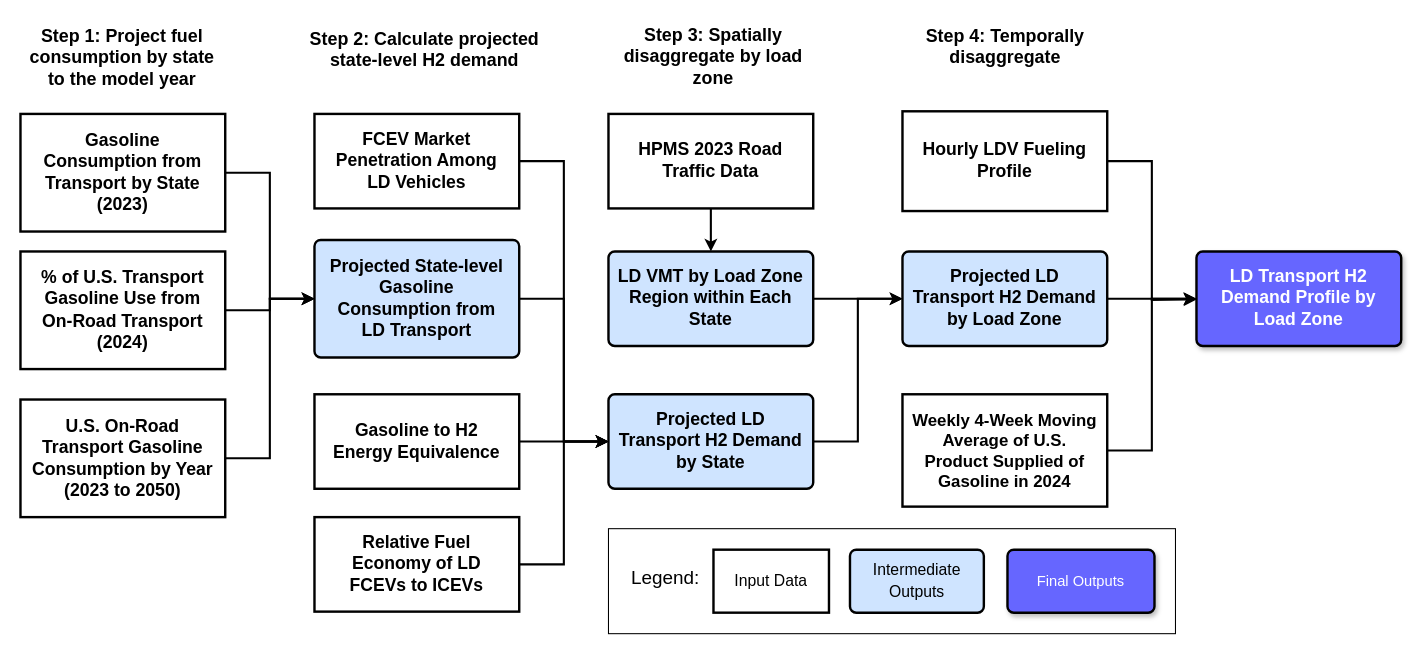
Earlier version of the draw.io diagram transport/ld_transport_methodology.drawio (nkong1/wecc-h2-demand). Source tidied: cells renumbered, new cells numbered last; positions are measured from the earlier drawing's top-left corner, leaving out a move shared by most shapes. Both pictures are drawn from the tidied source at 105%, with x=0, y=0 at pixel (18, 17).
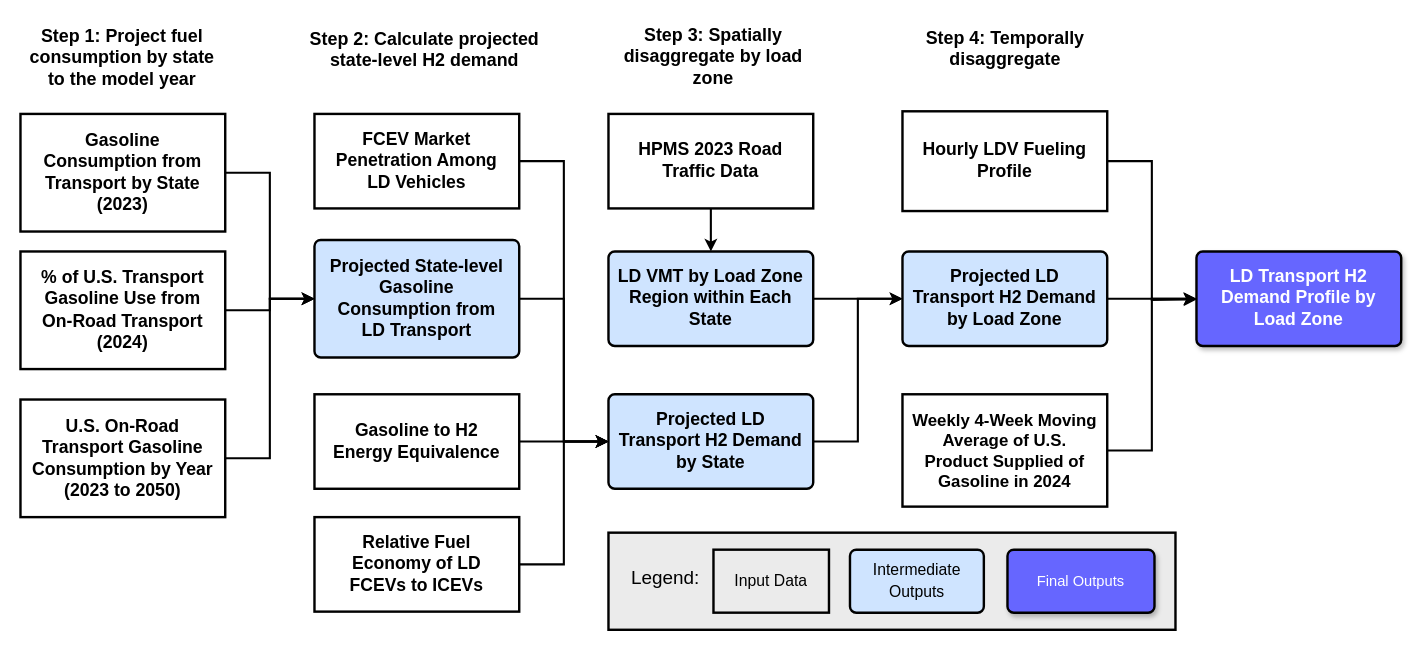
Above is the later version.

Change to the diagram source:
```diff
@@
+    <mxCell id="38" style="html=1;overflow=block;blockSpacing=1;whiteSpace=wrap;fontSize=16.8;fontStyle=1;align=center;spacing=9;strokeOpacity=100;fillOpacity=100;rounded=0;absoluteArcSize=1;arcSize=12;strokeWidth=2.3;lucidId=vB_j5El_Hg4W;fillColor=#EBEBEB;" parent="1" vertex="1">
+      <mxGeometry x="562" y="490.8" width="540" height="92.5" as="geometry" />
+    </mxCell>
@@
-    <mxCell id="23" value="Weekly 4-Week Moving Average of U.S. Product Supplied of Gasoline in 2024" style="html=1;overflow=block;blockSpacing=1;whiteSpace=wrap;fontSize=16;fontStyle=1;align=center;spacing=9;strokeOpacity=100;fillOpacity=100;rounded=0;absoluteArcSize=1;arcSize=12;fillColor=none;strokeWidth=2.3;lucidId=L5OtnDn3VvMG;" parent="1" vertex="1">
+    <mxCell id="23" value="Weekly 4-Week Moving Average of U.S. Product Supplied of Gasoline in 2024" style="html=1;overflow=block;blockSpacing=1;whiteSpace=wrap;fontSize=16;fontStyle=1;align=center;spacing=9;strokeOpacity=100;fillOpacity=100;rounded=0;absoluteArcSize=1;arcSize=12;fillColor=default;strokeWidth=2.3;lucidId=L5OtnDn3VvMG;" parent="1" vertex="1">
       <mxGeometry x="842" y="359" width="195" height="107" as="geometry" />
     </mxCell>
@@
     <mxCell id="29" value="&lt;span style=&quot;font-family: Helvetica; font-size: 17px; font-style: normal; font-variant-ligatures: normal; font-variant-caps: normal; font-weight: 700; letter-spacing: normal; orphans: 2; text-indent: 0px; text-transform: none; widows: 2; word-spacing: 0px; -webkit-text-stroke-width: 0px; white-space: normal; text-decoration-thickness: initial; text-decoration-style: initial; text-decoration-color: initial; float: none; display: inline !important;&quot;&gt;Step 4: Temporally disaggregate&lt;/span&gt;" style="text;whiteSpace=wrap;html=1;fontColor=default;labelBackgroundColor=none;align=center;" parent="1" vertex="1">
-      <mxGeometry x="844.5" y="2" width="190" height="50" as="geometry" />
+      <mxGeometry x="844.5" y="4" width="190" height="50" as="geometry" />
     </mxCell>
@@
-    <mxCell id="33" style="html=1;overflow=block;blockSpacing=1;whiteSpace=wrap;fontSize=16.8;fontStyle=1;align=center;spacing=9;strokeOpacity=100;fillOpacity=0;rounded=0;absoluteArcSize=1;arcSize=12;fillColor=default;strokeWidth=1;lucidId=MCaMwGwd_Zn1;gradientColor=none;" parent="1" vertex="1">
-      <mxGeometry x="562" y="487" width="540" height="100" as="geometry" />
-    </mxCell>
```
